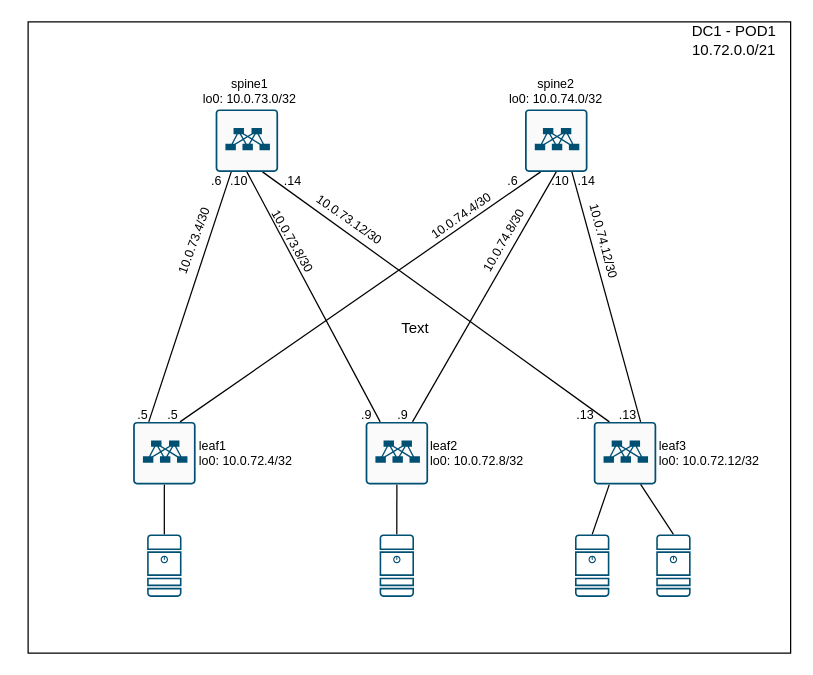
anburtsev/otus-dc-network-design keeps this draw.io diagram as page "Base" (1 of 4) of DC-Network.drawio. Above is the earlier version. Source tidied: cells renumbered, new cells numbered last; positions are measured from the earlier drawing's top-left corner, leaving out a move shared by most shapes. Both pictures are drawn from the tidied source at 125%, with x=0, y=0 at pixel (28, 21).
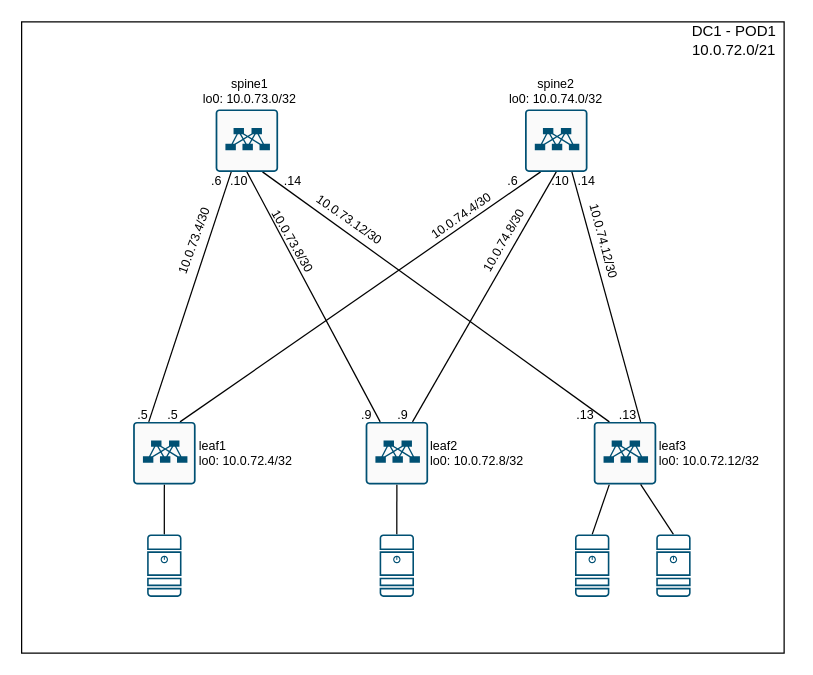
Above is the later version.

Change to the diagram source:
```diff
@@
-    <mxCell id="21" value="DC1 - POD1&lt;br&gt;10.72.0.0/21" style="text;html=1;strokeColor=none;fillColor=none;align=center;verticalAlign=middle;whiteSpace=wrap;rounded=0;fillStyle=auto;" parent="1" vertex="1">
+    <mxCell id="21" value="DC1 - POD1&lt;br&gt;10.0.72.0/21" style="text;html=1;strokeColor=none;fillColor=none;align=center;verticalAlign=middle;whiteSpace=wrap;rounded=0;fillStyle=auto;" parent="1" vertex="1">
       <mxGeometry x="520" width="90" height="30" as="geometry" />
     </mxCell>
@@
     <mxCell id="45" style="rounded=0;whiteSpace=wrap;html=1;fillColor=none;" parent="1" vertex="1">
-      <mxGeometry width="610" height="505" as="geometry" />
+      <mxGeometry x="-5.2" width="610" height="505" as="geometry" />
     </mxCell>
-    <mxCell id="46" value="Text" style="text;html=1;strokeColor=none;fillColor=none;align=center;verticalAlign=middle;whiteSpace=wrap;rounded=0;dashed=1;" parent="1" vertex="1">
-      <mxGeometry x="280" y="230" width="60" height="30" as="geometry" />
-    </mxCell>
```
